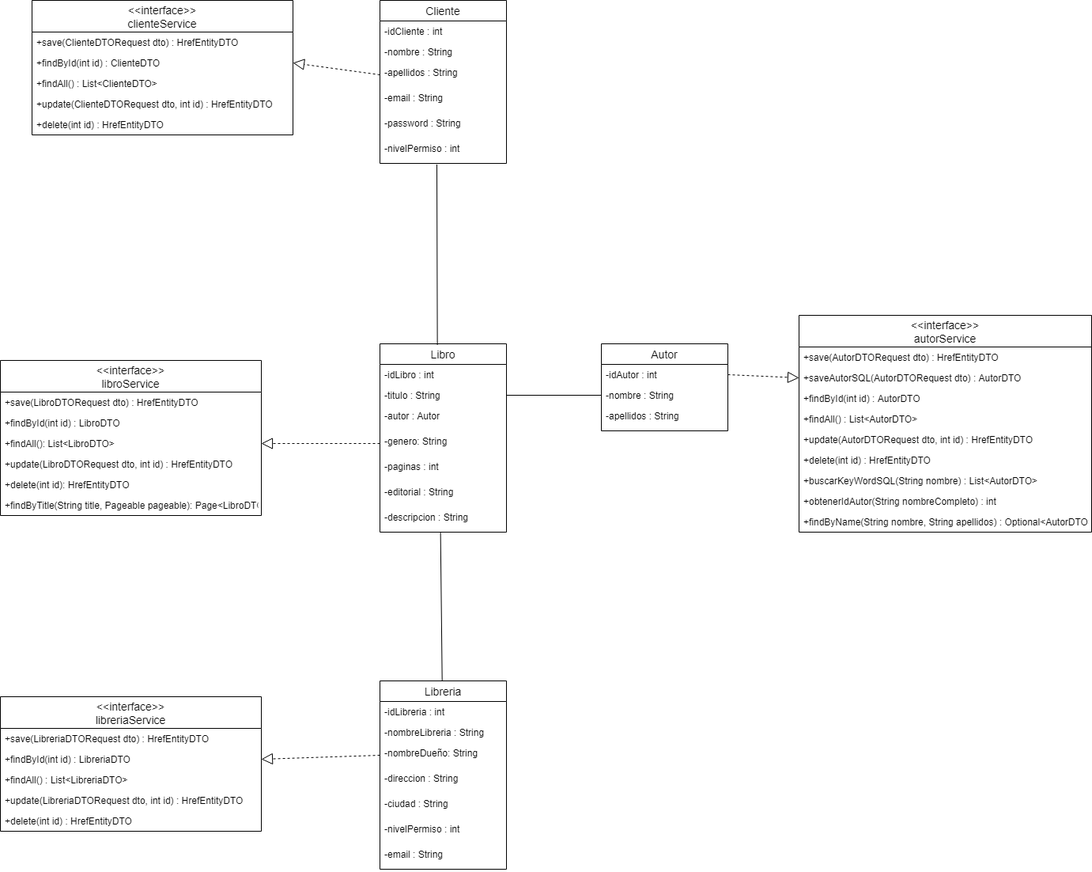
Before: imgReadme/DiagramaClases.png, a diagram exported from draw.io (AlbertoArroyoS/Alten-Practicas). Source tidied: cells renumbered, new cells last; positions are measured from the earlier drawing's top-left corner, leaving out a move shared by most shapes.
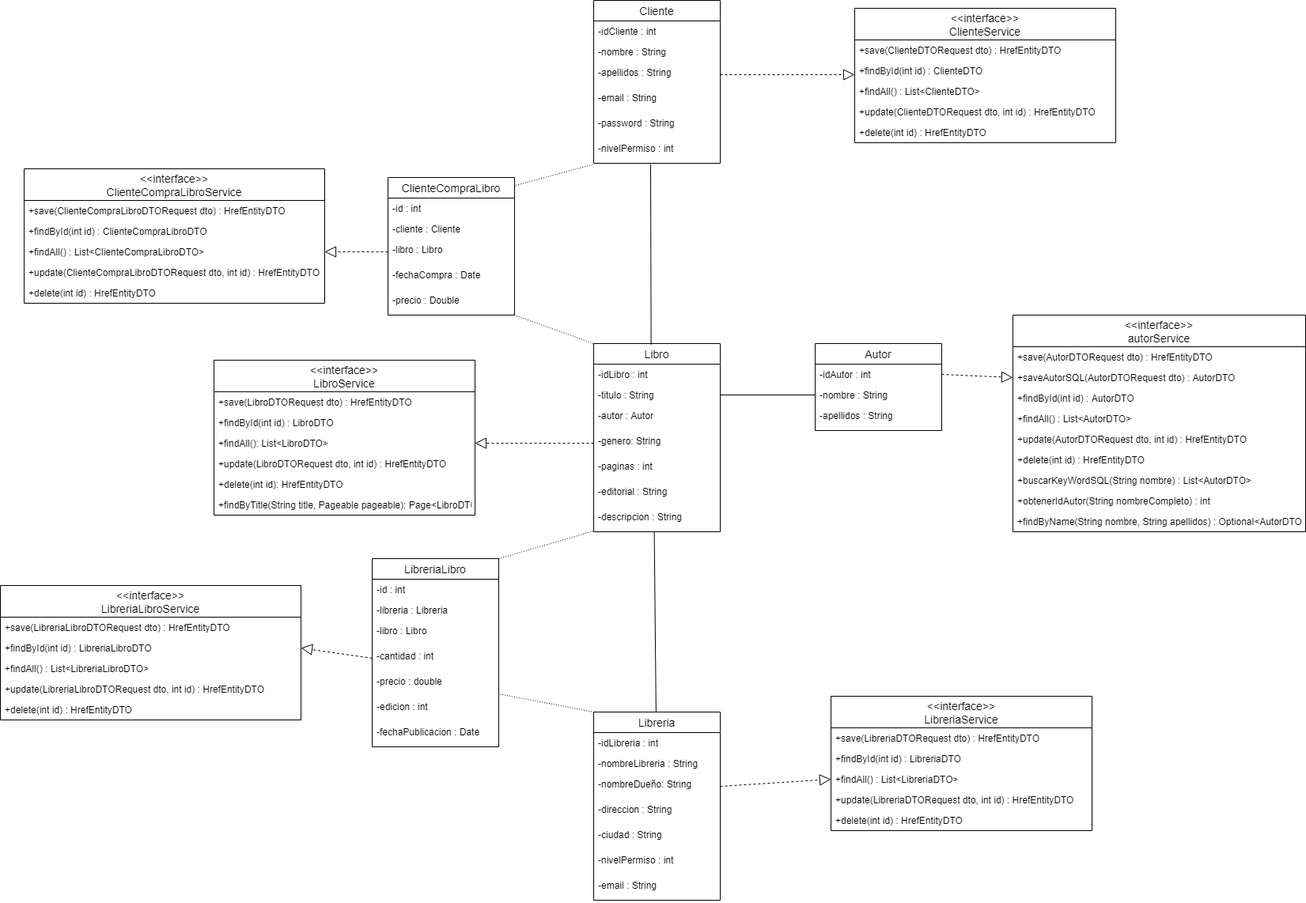
After the change.

Commit message:
Diagramas terminados y Spring boot terminado

The edit, as a diff of the source:
```diff
@@ -55,20 +55,2 @@
     </mxCell>
-    <mxCell id="19" value="&lt;&lt;interface&gt;&gt;&#10;clienteService" style="swimlane;fontStyle=0;horizontal=1;startSize=40;align=center;fontSize=14;" parent="1" vertex="1">
-      <mxGeometry x="40" width="330" height="170" as="geometry" />
-    </mxCell>
-    <mxCell id="20" value="+save(ClienteDTORequest dto) : HrefEntityDTO" style="text;strokeColor=none;fillColor=none;spacingLeft=4;spacingRight=4;overflow=hidden;fontSize=12;" parent="19" vertex="1">
-      <mxGeometry y="40" width="330" height="26" as="geometry" />
-    </mxCell>
-    <mxCell id="21" value="+findById(int id) : ClienteDTO" style="text;strokeColor=none;fillColor=none;spacingLeft=4;spacingRight=4;overflow=hidden;points=[[0,0.5],[1,0.5]];portConstraint=eastwest;fontSize=12;" parent="19" vertex="1">
-      <mxGeometry y="66" width="330" height="26" as="geometry" />
-    </mxCell>
-    <mxCell id="22" value="+findAll() : List&lt;ClienteDTO&gt;" style="text;strokeColor=none;fillColor=none;spacingLeft=4;spacingRight=4;overflow=hidden;fontSize=12;" parent="19" vertex="1">
-      <mxGeometry y="92" width="330" height="26" as="geometry" />
-    </mxCell>
-    <mxCell id="23" value="+update(ClienteDTORequest dto, int id) : HrefEntityDTO" style="text;strokeColor=none;fillColor=none;spacingLeft=4;spacingRight=4;overflow=hidden;fontSize=12;" parent="19" vertex="1">
-      <mxGeometry y="118" width="330" height="26" as="geometry" />
-    </mxCell>
-    <mxCell id="24" value="+delete(int id) : HrefEntityDTO" style="text;strokeColor=none;fillColor=none;spacingLeft=4;spacingRight=4;overflow=hidden;fontSize=12;" parent="19" vertex="1">
-      <mxGeometry y="144" width="330" height="26" as="geometry" />
-    </mxCell>
     <mxCell id="25" value="Libro" style="swimlane;fontStyle=0;horizontal=1;startSize=26;align=center;fontSize=14;" parent="1" vertex="1">
@@ -97,3 +79,3 @@
     </mxCell>
-    <mxCell id="33" value="&lt;&lt;interface&gt;&gt;&#10;libroService" style="swimlane;fontStyle=0;horizontal=1;startSize=40;align=center;fontSize=14;" parent="1" vertex="1">
+    <mxCell id="33" value="&lt;&lt;interface&gt;&gt;&#10;LibroService" style="swimlane;fontStyle=0;horizontal=1;startSize=40;align=center;fontSize=14;" parent="1" vertex="1">
       <mxGeometry y="455" width="330" height="196" as="geometry" />
@@ -121,26 +103,38 @@
     </mxCell>
-    <mxCell id="41" value="Libreria" style="swimlane;fontStyle=0;horizontal=1;startSize=26;align=center;fontSize=14;" parent="1" vertex="1">
-      <mxGeometry x="480" y="860" width="160" height="238" as="geometry" />
-    </mxCell>
-    <mxCell id="42" value="-idLibreria : int" style="text;strokeColor=none;fillColor=none;spacingLeft=4;spacingRight=4;overflow=hidden;fontSize=12;" parent="41" vertex="1">
-      <mxGeometry y="26" width="160" height="26" as="geometry" />
-    </mxCell>
-    <mxCell id="43" value="-nombreLibreria : String" style="text;strokeColor=none;fillColor=none;spacingLeft=4;spacingRight=4;overflow=hidden;fontSize=12;" parent="41" vertex="1">
-      <mxGeometry y="52" width="160" height="26" as="geometry" />
-    </mxCell>
-    <mxCell id="44" value="-nombreDueño: String" style="text;strokeColor=none;fillColor=none;spacingLeft=4;spacingRight=4;overflow=hidden;points=[[0,0.5],[1,0.5]];portConstraint=eastwest;fontSize=12;" parent="41" vertex="1">
-      <mxGeometry y="78" width="160" height="32" as="geometry" />
-    </mxCell>
-    <mxCell id="45" value="-direccion : String" style="text;strokeColor=none;fillColor=none;spacingLeft=4;spacingRight=4;overflow=hidden;fontSize=12;" parent="41" vertex="1">
-      <mxGeometry y="110" width="160" height="32" as="geometry" />
-    </mxCell>
-    <mxCell id="46" value="-ciudad : String" style="text;strokeColor=none;fillColor=none;spacingLeft=4;spacingRight=4;overflow=hidden;fontSize=12;" parent="41" vertex="1">
-      <mxGeometry y="142" width="160" height="32" as="geometry" />
-    </mxCell>
-    <mxCell id="47" value="-nivelPermiso : int" style="text;strokeColor=none;fillColor=none;spacingLeft=4;spacingRight=4;overflow=hidden;fontSize=12;" parent="41" vertex="1">
-      <mxGeometry y="174" width="160" height="32" as="geometry" />
-    </mxCell>
-    <mxCell id="48" value="-email : String" style="text;strokeColor=none;fillColor=none;spacingLeft=4;spacingRight=4;overflow=hidden;fontSize=12;" parent="41" vertex="1">
-      <mxGeometry y="206" width="160" height="32" as="geometry" />
-    </mxCell>
+    <mxCell id="19" value="&lt;&lt;interface&gt;&gt;&#10;ClienteService" style="swimlane;fontStyle=0;horizontal=1;startSize=40;align=center;fontSize=14;" parent="1" vertex="1">
+      <mxGeometry x="810" y="10" width="330" height="170" as="geometry" />
+    </mxCell>
+    <mxCell id="20" value="+save(ClienteDTORequest dto) : HrefEntityDTO" style="text;strokeColor=none;fillColor=none;spacingLeft=4;spacingRight=4;overflow=hidden;fontSize=12;" parent="19" vertex="1">
+      <mxGeometry y="40" width="330" height="26" as="geometry" />
+    </mxCell>
+    <mxCell id="21" value="+findById(int id) : ClienteDTO" style="text;strokeColor=none;fillColor=none;spacingLeft=4;spacingRight=4;overflow=hidden;points=[[0,0.5],[1,0.5]];portConstraint=eastwest;fontSize=12;" parent="19" vertex="1">
+      <mxGeometry y="66" width="330" height="26" as="geometry" />
+    </mxCell>
+    <mxCell id="22" value="+findAll() : List&lt;ClienteDTO&gt;" style="text;strokeColor=none;fillColor=none;spacingLeft=4;spacingRight=4;overflow=hidden;fontSize=12;" parent="19" vertex="1">
+      <mxGeometry y="92" width="330" height="26" as="geometry" />
+    </mxCell>
+    <mxCell id="23" value="+update(ClienteDTORequest dto, int id) : HrefEntityDTO" style="text;strokeColor=none;fillColor=none;spacingLeft=4;spacingRight=4;overflow=hidden;fontSize=12;" parent="19" vertex="1">
+      <mxGeometry y="118" width="330" height="26" as="geometry" />
+    </mxCell>
+    <mxCell id="24" value="+delete(int id) : HrefEntityDTO" style="text;strokeColor=none;fillColor=none;spacingLeft=4;spacingRight=4;overflow=hidden;fontSize=12;" parent="19" vertex="1">
+      <mxGeometry y="144" width="330" height="26" as="geometry" />
+    </mxCell>
+    <mxCell id="65" value="ClienteCompraLibro" style="swimlane;fontStyle=0;horizontal=1;startSize=26;align=center;fontSize=14;" parent="1" vertex="1">
+      <mxGeometry x="220" y="224" width="160" height="174" as="geometry" />
+    </mxCell>
+    <mxCell id="66" value="-id : int" style="text;strokeColor=none;fillColor=none;spacingLeft=4;spacingRight=4;overflow=hidden;fontSize=12;" parent="65" vertex="1">
+      <mxGeometry y="26" width="160" height="26" as="geometry" />
+    </mxCell>
+    <mxCell id="67" value="-cliente : Cliente" style="text;strokeColor=none;fillColor=none;spacingLeft=4;spacingRight=4;overflow=hidden;fontSize=12;" parent="65" vertex="1">
+      <mxGeometry y="52" width="160" height="26" as="geometry" />
+    </mxCell>
+    <mxCell id="68" value="-libro : Libro" style="text;strokeColor=none;fillColor=none;spacingLeft=4;spacingRight=4;overflow=hidden;points=[[0,0.5],[1,0.5]];portConstraint=eastwest;fontSize=12;" parent="65" vertex="1">
+      <mxGeometry y="78" width="160" height="32" as="geometry" />
+    </mxCell>
+    <mxCell id="69" value="-fechaCompra : Date" style="text;strokeColor=none;fillColor=none;spacingLeft=4;spacingRight=4;overflow=hidden;fontSize=12;" parent="65" vertex="1">
+      <mxGeometry y="110" width="160" height="32" as="geometry" />
+    </mxCell>
+    <mxCell id="70" value="-precio : Double" style="text;strokeColor=none;fillColor=none;spacingLeft=4;spacingRight=4;overflow=hidden;points=[[0,0.5],[1,0.5]];portConstraint=eastwest;fontSize=12;" parent="65" vertex="1">
+      <mxGeometry y="142" width="160" height="32" as="geometry" />
+    </mxCell>
     <mxCell id="49" style="endArrow=none;html=1;entryX=0.479;entryY=1.021;entryDx=0;entryDy=0;entryPerimeter=0;" parent="1" edge="1" source="41" target="32">
@@ -163,4 +157,6 @@
     </mxCell>
-    <mxCell id="55" style="endArrow=block;dashed=1;endFill=0;endSize=12;html=1;exitX=0;exitY=0.5;exitDx=0;exitDy=0;entryX=1;entryY=0.5;entryDx=0;entryDy=0;" parent="1" edge="1" source="5" target="21">
-      <mxGeometry relative="1" as="geometry" />
+    <mxCell id="55" style="endArrow=block;dashed=1;endFill=0;endSize=12;html=1;exitX=1;exitY=0.5;exitDx=0;exitDy=0;" parent="1" edge="1" source="5">
+      <mxGeometry relative="1" as="geometry">
+        <mxPoint x="810" y="94" as="targetPoint" />
+      </mxGeometry>
     </mxCell>
@@ -172,4 +168,37 @@
     </mxCell>
+    <mxCell id="64" style="endArrow=block;dashed=1;endFill=0;endSize=12;html=1;entryX=0;entryY=0.5;entryDx=0;entryDy=0;exitX=1;exitY=0.5;exitDx=0;exitDy=0;" parent="1" edge="1" source="44" target="61">
+      <mxGeometry relative="1" as="geometry" />
+    </mxCell>
+    <mxCell id="71" style="endArrow=none;html=1;rounded=0;dashed=1;dashPattern=1 2;fontSize=12;entryX=-0.002;entryY=1.042;entryDx=0;entryDy=0;entryPerimeter=0;exitX=1.01;exitY=0.057;exitDx=0;exitDy=0;exitPerimeter=0;" parent="1" edge="1" source="65" target="8">
+      <mxGeometry relative="1" as="geometry" />
+    </mxCell>
+    <mxCell id="72" style="html=1;align=left;verticalAlign=bottom;" parent="71" vertex="1">
+      <mxGeometry x="-1" relative="1" as="geometry" />
+    </mxCell>
+    <mxCell id="73" style="endArrow=none;html=1;rounded=0;dashed=1;dashPattern=1 2;fontSize=12;entryX=0;entryY=0;entryDx=0;entryDy=0;exitX=0.998;exitY=1;exitDx=0;exitDy=0;exitPerimeter=0;" parent="1" edge="1" source="70" target="25">
+      <mxGeometry relative="1" as="geometry" />
+    </mxCell>
+    <mxCell id="74" style="html=1;align=left;verticalAlign=bottom;" parent="73" vertex="1">
+      <mxGeometry x="-1" relative="1" as="geometry" />
+    </mxCell>
+    <mxCell id="75" value="&lt;&lt;interface&gt;&gt;&#10;ClienteCompraLibroService" style="swimlane;fontStyle=0;horizontal=1;startSize=40;align=center;fontSize=14;" parent="1" vertex="1">
+      <mxGeometry x="-240" y="213" width="380" height="170" as="geometry" />
+    </mxCell>
+    <mxCell id="76" value="+save(ClienteCompraLibroDTORequest dto) : HrefEntityDTO" style="text;strokeColor=none;fillColor=none;spacingLeft=4;spacingRight=4;overflow=hidden;fontSize=12;" parent="75" vertex="1">
+      <mxGeometry y="40" width="380" height="26" as="geometry" />
+    </mxCell>
+    <mxCell id="77" value="+findById(int id) : ClienteCompraLibroDTO" style="text;strokeColor=none;fillColor=none;spacingLeft=4;spacingRight=4;overflow=hidden;fontSize=12;" parent="75" vertex="1">
+      <mxGeometry y="66" width="380" height="26" as="geometry" />
+    </mxCell>
+    <mxCell id="78" value="+findAll() : List&lt;ClienteCompraLibroDTO&gt;" style="text;strokeColor=none;fillColor=none;spacingLeft=4;spacingRight=4;overflow=hidden;points=[[0,0.5],[1,0.5]];portConstraint=eastwest;fontSize=12;" parent="75" vertex="1">
+      <mxGeometry y="92" width="380" height="26" as="geometry" />
+    </mxCell>
+    <mxCell id="79" value="+update(ClienteCompraLibroDTORequest dto, int id) : HrefEntityDTO" style="text;strokeColor=none;fillColor=none;spacingLeft=4;spacingRight=4;overflow=hidden;fontSize=12;" parent="75" vertex="1">
+      <mxGeometry y="118" width="380" height="26" as="geometry" />
+    </mxCell>
+    <mxCell id="80" value="+delete(int id) : HrefEntityDTO" style="text;strokeColor=none;fillColor=none;spacingLeft=4;spacingRight=4;overflow=hidden;fontSize=12;" parent="75" vertex="1">
+      <mxGeometry y="144" width="380" height="26" as="geometry" />
+    </mxCell>
-    <mxCell id="58" value="&lt;&lt;interface&gt;&gt;&#10;libreriaService" style="swimlane;fontStyle=0;horizontal=1;startSize=40;align=center;fontSize=14;" parent="1" vertex="1">
-      <mxGeometry y="880" width="330" height="170" as="geometry" />
+    <mxCell id="58" value="&lt;&lt;interface&gt;&gt;&#10;LibreriaService" style="swimlane;fontStyle=0;horizontal=1;startSize=40;align=center;fontSize=14;" parent="1" vertex="1">
+      <mxGeometry x="780" y="880" width="330" height="170" as="geometry" />
     </mxCell>
@@ -190,5 +219,86 @@
     </mxCell>
-    <mxCell id="64" style="endArrow=block;dashed=1;endFill=0;endSize=12;html=1;entryX=1;entryY=0.5;entryDx=0;entryDy=0;exitX=0;exitY=0.5;exitDx=0;exitDy=0;" parent="1" edge="1" source="44" target="60">
-      <mxGeometry relative="1" as="geometry" />
-    </mxCell>
+    <mxCell id="81" value="LibreriaLibro" style="swimlane;fontStyle=0;horizontal=1;startSize=26;align=center;fontSize=14;" parent="1" vertex="1">
+      <mxGeometry x="200" y="706" width="160" height="238" as="geometry" />
+    </mxCell>
+    <mxCell id="82" value="-id : int" style="text;strokeColor=none;fillColor=none;spacingLeft=4;spacingRight=4;overflow=hidden;fontSize=12;" parent="81" vertex="1">
+      <mxGeometry y="26" width="160" height="26" as="geometry" />
+    </mxCell>
+    <mxCell id="83" value="-libreria : Libreria" style="text;strokeColor=none;fillColor=none;spacingLeft=4;spacingRight=4;overflow=hidden;fontSize=12;" parent="81" vertex="1">
+      <mxGeometry y="52" width="160" height="26" as="geometry" />
+    </mxCell>
+    <mxCell id="84" value="-libro : Libro" style="text;strokeColor=none;fillColor=none;spacingLeft=4;spacingRight=4;overflow=hidden;fontSize=12;" parent="81" vertex="1">
+      <mxGeometry y="78" width="160" height="32" as="geometry" />
+    </mxCell>
+    <mxCell id="85" value="-cantidad : int" style="text;strokeColor=none;fillColor=none;spacingLeft=4;spacingRight=4;overflow=hidden;points=[[0,0.5],[1,0.5]];portConstraint=eastwest;fontSize=12;" parent="81" vertex="1">
+      <mxGeometry y="110" width="160" height="32" as="geometry" />
+    </mxCell>
+    <mxCell id="86" value="-precio : double" style="text;strokeColor=none;fillColor=none;spacingLeft=4;spacingRight=4;overflow=hidden;points=[[0,0.5],[1,0.5]];portConstraint=eastwest;fontSize=12;" parent="81" vertex="1">
+      <mxGeometry y="142" width="160" height="32" as="geometry" />
+    </mxCell>
+    <mxCell id="87" value="-edicion : int" style="text;strokeColor=none;fillColor=none;spacingLeft=4;spacingRight=4;overflow=hidden;fontSize=12;" parent="81" vertex="1">
+      <mxGeometry y="174" width="160" height="32" as="geometry" />
+    </mxCell>
+    <mxCell id="88" value="-fechaPublicacion : Date" style="text;strokeColor=none;fillColor=none;spacingLeft=4;spacingRight=4;overflow=hidden;fontSize=12;" parent="81" vertex="1">
+      <mxGeometry y="206" width="160" height="32" as="geometry" />
+    </mxCell>
+    <mxCell id="89" style="endArrow=none;html=1;rounded=0;dashed=1;dashPattern=1 2;fontSize=12;entryX=-0.006;entryY=0.979;entryDx=0;entryDy=0;exitX=1;exitY=0;exitDx=0;exitDy=0;entryPerimeter=0;" parent="1" edge="1" source="81" target="32">
+      <mxGeometry relative="1" as="geometry" />
+    </mxCell>
+    <mxCell id="90" style="html=1;align=left;verticalAlign=bottom;" parent="89" vertex="1">
+      <mxGeometry x="-1" relative="1" as="geometry" />
+    </mxCell>
+    <mxCell id="91" style="endArrow=none;html=1;rounded=0;dashed=1;dashPattern=1 2;fontSize=12;entryX=0;entryY=0;entryDx=0;entryDy=0;exitX=1.01;exitY=0.917;exitDx=0;exitDy=0;exitPerimeter=0;" parent="1" edge="1" source="86" target="41">
+      <mxGeometry relative="1" as="geometry" />
+    </mxCell>
+    <mxCell id="92" style="html=1;align=left;verticalAlign=bottom;" parent="91" vertex="1">
+      <mxGeometry x="-1" relative="1" as="geometry" />
+    </mxCell>
+    <mxCell id="41" value="Libreria" style="swimlane;fontStyle=0;horizontal=1;startSize=26;align=center;fontSize=14;" parent="1" vertex="1">
+      <mxGeometry x="480" y="900" width="160" height="238" as="geometry" />
+    </mxCell>
+    <mxCell id="42" value="-idLibreria : int" style="text;strokeColor=none;fillColor=none;spacingLeft=4;spacingRight=4;overflow=hidden;fontSize=12;" parent="41" vertex="1">
+      <mxGeometry y="26" width="160" height="26" as="geometry" />
+    </mxCell>
+    <mxCell id="43" value="-nombreLibreria : String" style="text;strokeColor=none;fillColor=none;spacingLeft=4;spacingRight=4;overflow=hidden;fontSize=12;" parent="41" vertex="1">
+      <mxGeometry y="52" width="160" height="26" as="geometry" />
+    </mxCell>
+    <mxCell id="44" value="-nombreDueño: String" style="text;strokeColor=none;fillColor=none;spacingLeft=4;spacingRight=4;overflow=hidden;points=[[0,0.5],[1,0.5]];portConstraint=eastwest;fontSize=12;" parent="41" vertex="1">
+      <mxGeometry y="78" width="160" height="32" as="geometry" />
+    </mxCell>
+    <mxCell id="45" value="-direccion : String" style="text;strokeColor=none;fillColor=none;spacingLeft=4;spacingRight=4;overflow=hidden;fontSize=12;" parent="41" vertex="1">
+      <mxGeometry y="110" width="160" height="32" as="geometry" />
+    </mxCell>
+    <mxCell id="46" value="-ciudad : String" style="text;strokeColor=none;fillColor=none;spacingLeft=4;spacingRight=4;overflow=hidden;fontSize=12;" parent="41" vertex="1">
+      <mxGeometry y="142" width="160" height="32" as="geometry" />
+    </mxCell>
+    <mxCell id="47" value="-nivelPermiso : int" style="text;strokeColor=none;fillColor=none;spacingLeft=4;spacingRight=4;overflow=hidden;fontSize=12;" parent="41" vertex="1">
+      <mxGeometry y="174" width="160" height="32" as="geometry" />
+    </mxCell>
+    <mxCell id="48" value="-email : String" style="text;strokeColor=none;fillColor=none;spacingLeft=4;spacingRight=4;overflow=hidden;fontSize=12;" parent="41" vertex="1">
+      <mxGeometry y="206" width="160" height="32" as="geometry" />
+    </mxCell>
+    <mxCell id="93" style="endArrow=block;dashed=1;endFill=0;endSize=12;html=1;exitX=0;exitY=0.5;exitDx=0;exitDy=0;entryX=1;entryY=0.5;entryDx=0;entryDy=0;" parent="1" edge="1" source="68" target="78">
+      <mxGeometry relative="1" as="geometry" />
+    </mxCell>
+    <mxCell id="94" value="&lt;&lt;interface&gt;&gt;&#10;LibreriaLibroService" style="swimlane;fontStyle=0;horizontal=1;startSize=40;align=center;fontSize=14;" parent="1" vertex="1">
+      <mxGeometry x="-270" y="740" width="380" height="170" as="geometry" />
+    </mxCell>
+    <mxCell id="95" value="+save(LibreriaLibroDTORequest dto) : HrefEntityDTO" style="text;strokeColor=none;fillColor=none;spacingLeft=4;spacingRight=4;overflow=hidden;fontSize=12;" parent="94" vertex="1">
+      <mxGeometry y="40" width="380" height="26" as="geometry" />
+    </mxCell>
+    <mxCell id="96" value="+findById(int id) : LibreriaLibroDTO" style="text;strokeColor=none;fillColor=none;spacingLeft=4;spacingRight=4;overflow=hidden;points=[[0,0.5],[1,0.5]];portConstraint=eastwest;fontSize=12;" parent="94" vertex="1">
+      <mxGeometry y="66" width="380" height="26" as="geometry" />
+    </mxCell>
+    <mxCell id="97" value="+findAll() : List&lt;LibreriaLibroDTO&gt;" style="text;strokeColor=none;fillColor=none;spacingLeft=4;spacingRight=4;overflow=hidden;fontSize=12;" parent="94" vertex="1">
+      <mxGeometry y="92" width="380" height="26" as="geometry" />
+    </mxCell>
+    <mxCell id="98" value="+update(LibreriaLibroDTORequest dto, int id) : HrefEntityDTO" style="text;strokeColor=none;fillColor=none;spacingLeft=4;spacingRight=4;overflow=hidden;fontSize=12;" parent="94" vertex="1">
+      <mxGeometry y="118" width="380" height="26" as="geometry" />
+    </mxCell>
+    <mxCell id="99" value="+delete(int id) : HrefEntityDTO" style="text;strokeColor=none;fillColor=none;spacingLeft=4;spacingRight=4;overflow=hidden;fontSize=12;" parent="94" vertex="1">
+      <mxGeometry y="144" width="380" height="26" as="geometry" />
+    </mxCell>
+    <mxCell id="100" style="endArrow=block;dashed=1;endFill=0;endSize=12;html=1;entryX=1;entryY=0.5;entryDx=0;entryDy=0;exitX=0;exitY=0.5;exitDx=0;exitDy=0;" parent="1" edge="1" source="85" target="96">
+      <mxGeometry relative="1" as="geometry" />
+    </mxCell>
   </root>
```
